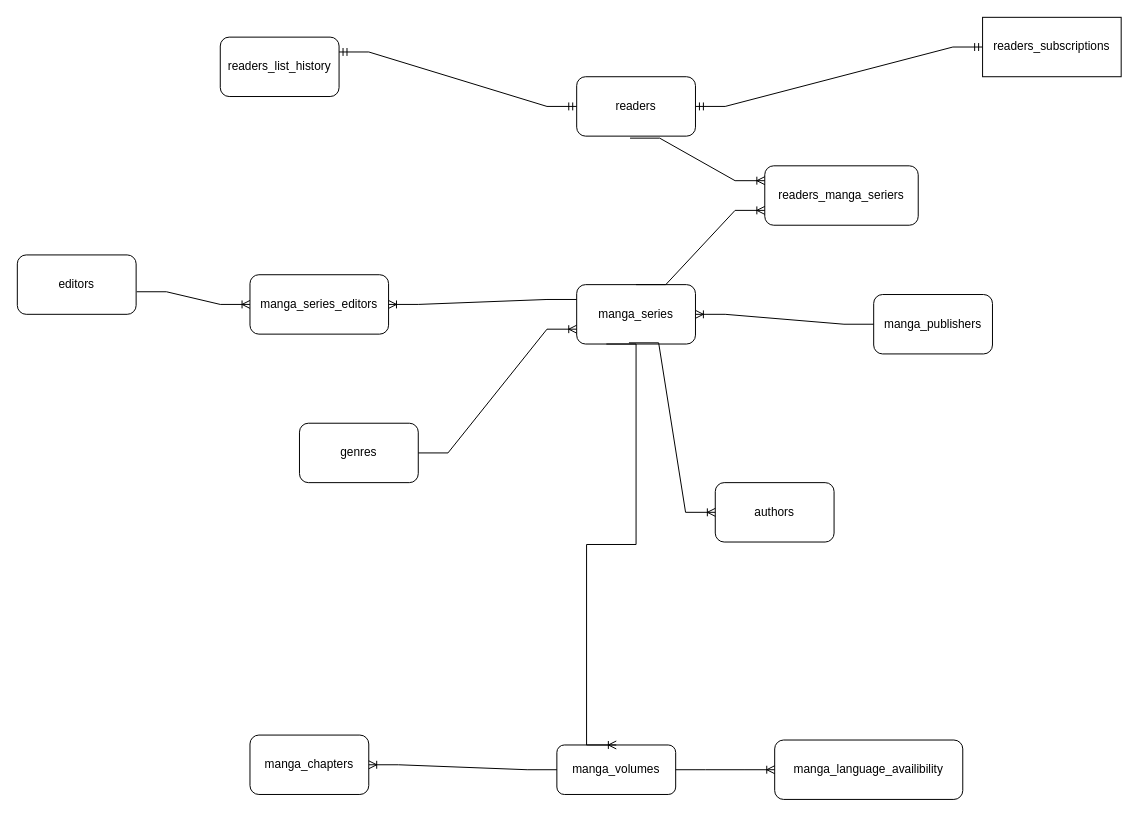
The draw.io diagram model_abstract.drawio in Celestin9/examen_sem_1.db, before the edit. Source tidied: cells renumbered, new cells numbered last; positions are measured from the earlier drawing's top-left corner, leaving out a move shared by most shapes. Both pictures are drawn from the tidied source at 99%, with x=0, y=0 at pixel (17, 17).
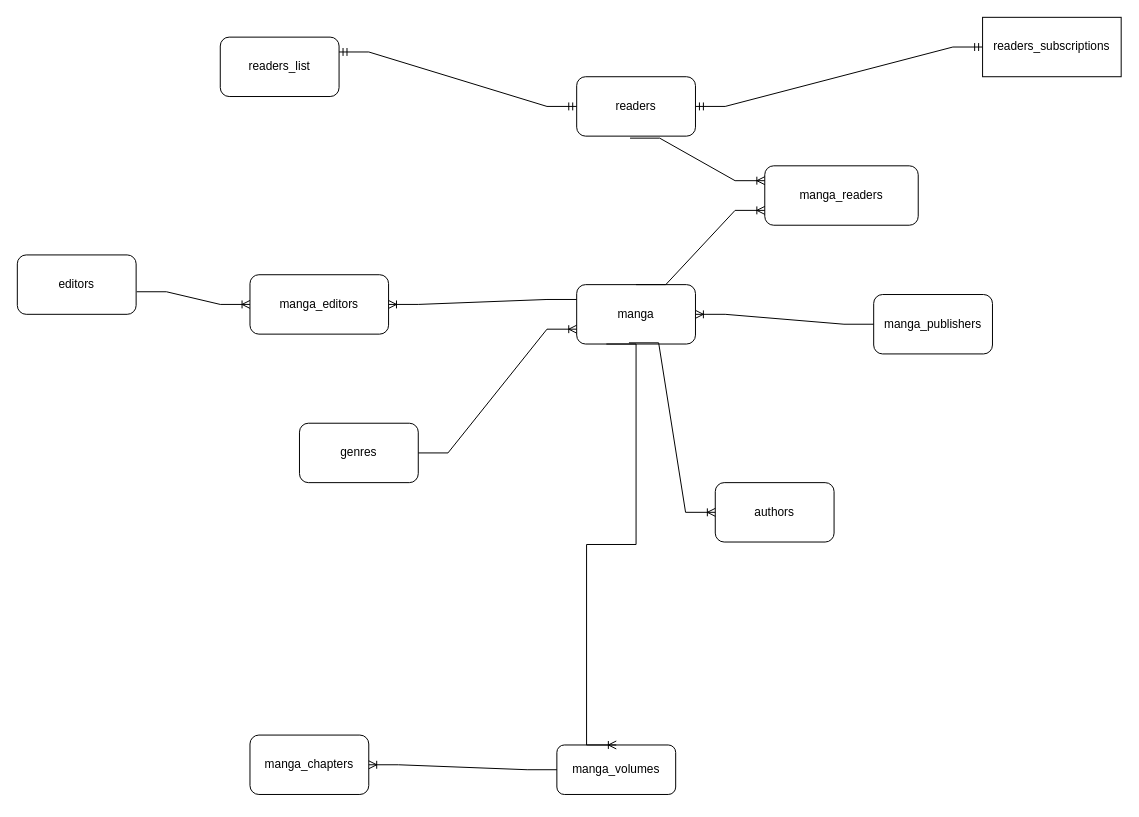
The same page after the edit.

The change refers to these unchanged cells:
```xml
<mxCell id="7" value="manga_volumes" style="rounded=1;whiteSpace=wrap;html=1;" parent="1" vertex="1">
  <mxGeometry x="545" y="735" width="120" height="50" as="geometry" />
</mxCell>
```

Change to the diagram source:
```diff
@@
-    <mxCell id="2" value="manga_series" style="rounded=1;whiteSpace=wrap;html=1;" parent="1" vertex="1">
+    <mxCell id="2" value="manga" style="rounded=1;whiteSpace=wrap;html=1;" parent="1" vertex="1">
       <mxGeometry x="565" y="270" width="120" height="60" as="geometry" />
     </mxCell>
@@
-    <mxCell id="8" value="manga_language_availibility" style="rounded=1;whiteSpace=wrap;html=1;" parent="1" vertex="1">
-      <mxGeometry x="765" y="730" width="190" height="60" as="geometry" />
-    </mxCell>
@@
-    <mxCell id="13" value="manga_series_editors" style="rounded=1;whiteSpace=wrap;html=1;" parent="1" vertex="1">
+    <mxCell id="13" value="manga_editors" style="rounded=1;whiteSpace=wrap;html=1;" parent="1" vertex="1">
       <mxGeometry x="235" y="260" width="140" height="60" as="geometry" />
     </mxCell>
@@
-    <mxCell id="16" style="edgeStyle=entityRelationEdgeStyle;fontSize=12;html=1;endArrow=ERoneToMany;rounded=0;exitX=1;exitY=0.5;exitDx=0;exitDy=0;entryX=0;entryY=0.5;entryDx=0;entryDy=0;" parent="1" edge="1" source="7" target="8">
-      <mxGeometry relative="1" as="geometry" />
-    </mxCell>
@@
-    <mxCell id="19" value="readers_list_history" style="rounded=1;whiteSpace=wrap;html=1;" parent="1" vertex="1">
+    <mxCell id="19" value="readers_list" style="rounded=1;whiteSpace=wrap;html=1;" parent="1" vertex="1">
       <mxGeometry x="205" y="20" width="120" height="60" as="geometry" />
     </mxCell>
@@
-    <mxCell id="21" value="readers_manga_seriers" style="rounded=1;whiteSpace=wrap;html=1;" parent="1" vertex="1">
+    <mxCell id="21" value="manga_readers" style="rounded=1;whiteSpace=wrap;html=1;" parent="1" vertex="1">
       <mxGeometry x="755" y="150" width="155" height="60" as="geometry" />
     </mxCell>
```
